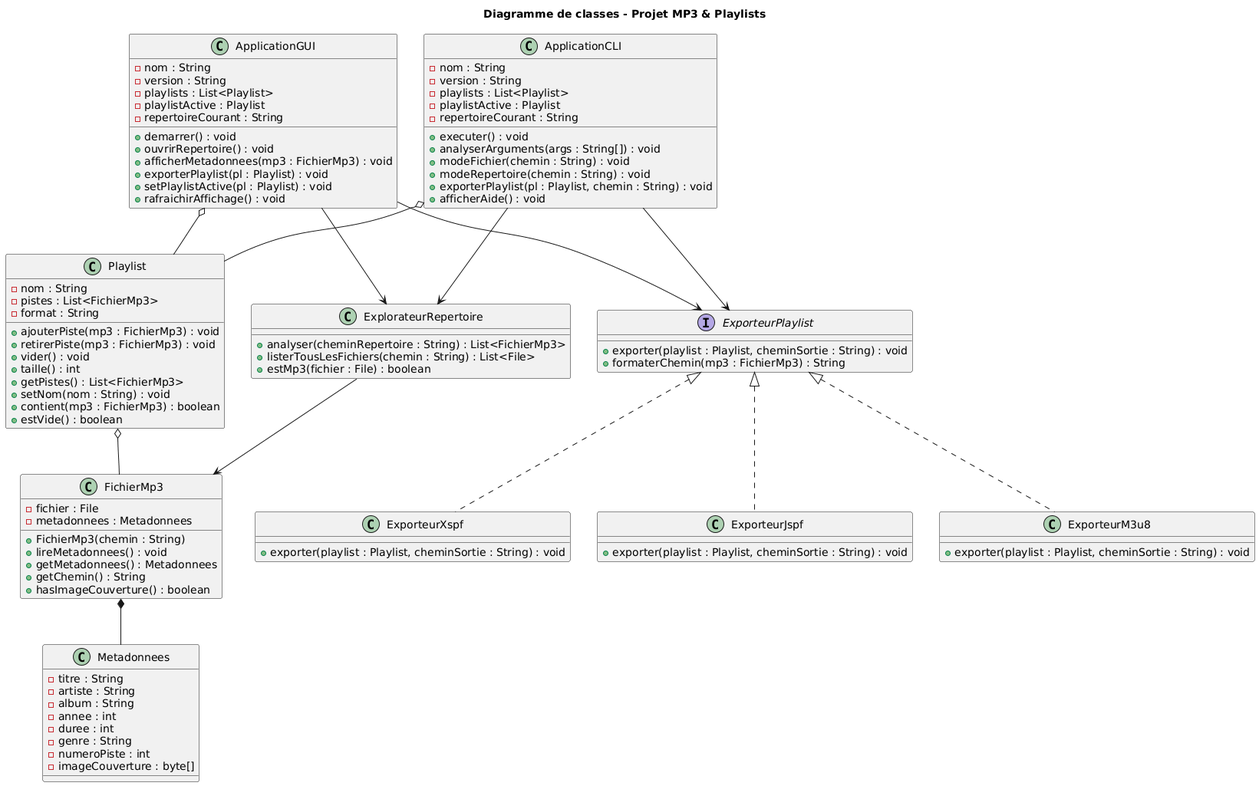
Before: diagramme/diagramme_de_classes.png, a diagram exported from PlantUML (berrandou-dev/MetaTune).
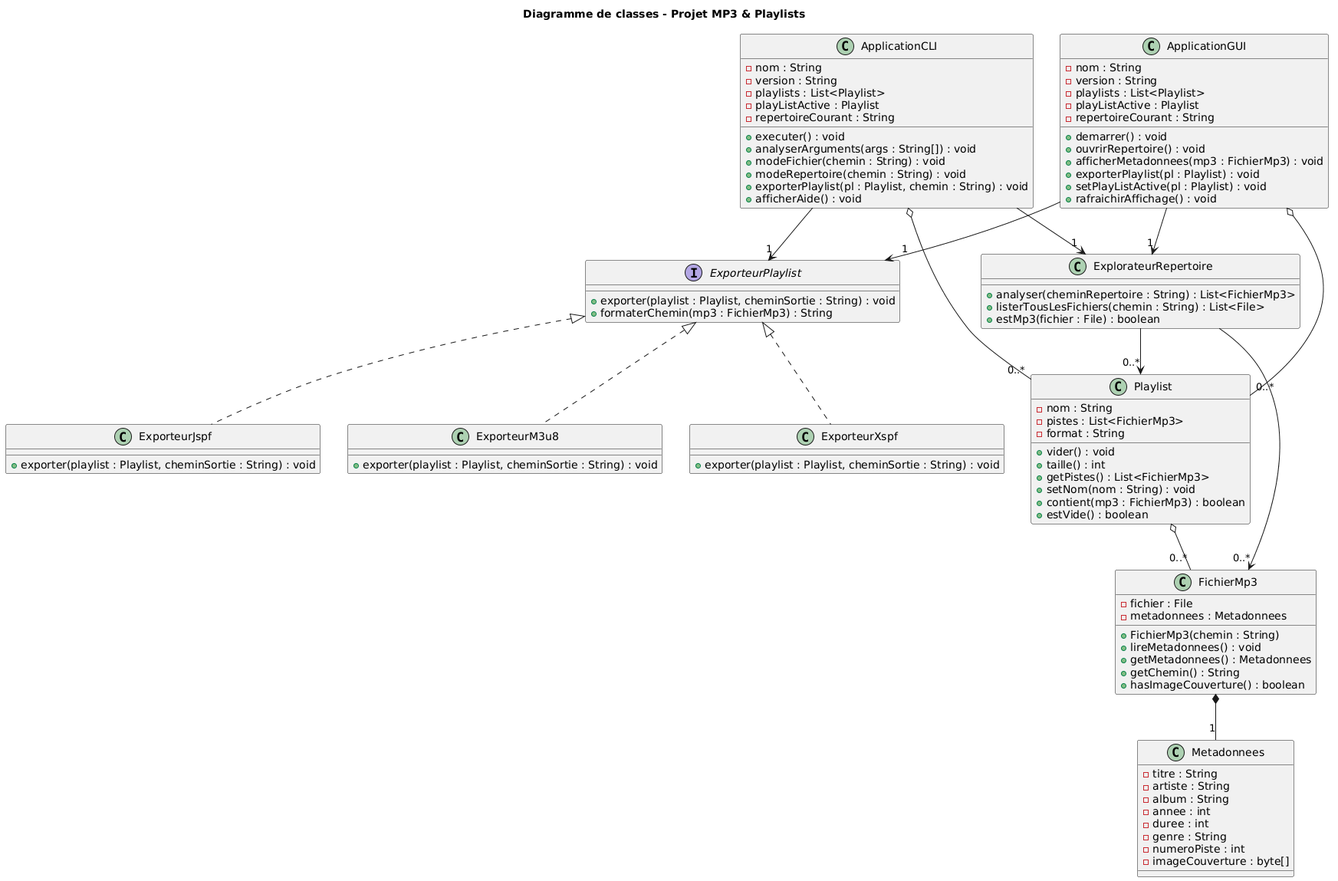
Above is the later version.

Commit message:
Mise a jour diagramme de classe

Diff of the diagram source:
```diff
@@ -3,106 +3,108 @@
 
 
 class ApplicationGUI {
-    - nom : String
-    - version : String
-    - playlists : List<Playlist>
-    - playlistActive : Playlist
-    - repertoireCourant : String
-    +demarrer() : void
-    +ouvrirRepertoire() : void
-    +afficherMetadonnees(mp3 : FichierMp3) : void
-    +exporterPlaylist(pl : Playlist) : void
-    +setPlaylistActive(pl : Playlist) : void
-    +rafraichirAffichage() : void
+  - nom : String
+  - version : String
+  - playlists : List<Playlist>
+  - playListActive : Playlist
+  - repertoireCourant : String
+
+  + demarrer() : void
+  + ouvrirRepertoire() : void
+  + afficherMetadonnees(mp3 : FichierMp3) : void
+  + exporterPlaylist(pl : Playlist) : void
+  + setPlayListActive(pl : Playlist) : void
+  + rafraichirAffichage() : void
 }
 
 class ApplicationCLI {
-    - nom : String
-    - version : String
-    - playlists : List<Playlist>
-    - playlistActive : Playlist
-    - repertoireCourant : String
-    +executer() : void
-    +analyserArguments(args : String[]) : void
-    +modeFichier(chemin : String) : void
-    +modeRepertoire(chemin : String) : void
-    +exporterPlaylist(pl : Playlist, chemin : String) : void
-    +afficherAide() : void
+  - nom : String
+  - version : String
+  - playlists : List<Playlist>
+  - playListActive : Playlist
+  - repertoireCourant : String
+
+  + executer() : void
+  + analyserArguments(args : String[]) : void
+  + modeFichier(chemin : String) : void
+  + modeRepertoire(chemin : String) : void
+  + exporterPlaylist(pl : Playlist, chemin : String) : void
+  + afficherAide() : void
+}
+
+class Playlist {
+  - nom : String
+  - pistes : List<FichierMp3>
+  - format : String
+
+  + vider() : void
+  + taille() : int
+  + getPistes() : List<FichierMp3>
+  + setNom(nom : String) : void
+  + contient(mp3 : FichierMp3) : boolean
+  + estVide() : boolean
+}
+
+class FichierMp3 {
+  - fichier : File
+  - metadonnees : Metadonnees
+
+  + FichierMp3(chemin : String)
+  + lireMetadonnees() : void
+  + getMetadonnees() : Metadonnees
+  + getChemin() : String
+  + hasImageCouverture() : boolean
+}
+
+class Metadonnees {
+  - titre : String
+  - artiste : String
+  - album : String
+  - annee : int
+  - duree : int
+  - genre : String
+  - numeroPiste : int
+  - imageCouverture : byte[]
 }
 
 class ExplorateurRepertoire {
-    +analyser(cheminRepertoire : String) : List<FichierMp3>
-    +listerTousLesFichiers(chemin : String) : List<File>
-    +estMp3(fichier : File) : boolean
+  + analyser(cheminRepertoire : String) : List<FichierMp3>
+  + listerTousLesFichiers(chemin : String) : List<File>
+  + estMp3(fichier : File) : boolean
 }
 
-class FichierMp3 {
-    -fichier : File
-    -metadonnees : Metadonnees
-    +FichierMp3(chemin : String)
-    +lireMetadonnees() : void
-    +getMetadonnees() : Metadonnees
-    +getChemin() : String
-    +hasImageCouverture() : boolean
+interface ExporteurPlaylist {
+  + exporter(playlist : Playlist, cheminSortie : String) : void
+  + formaterChemin(mp3 : FichierMp3) : String
 }
 
-class Metadonnees {
-    -titre : String
-    -artiste : String
-    -album : String
-    -annee : int
-    -duree : int
-    -genre : String
-    -numeroPiste : int
-    -imageCouverture : byte[]
+class ExporteurXspf {
+  + exporter(playlist : Playlist, cheminSortie : String) : void
 }
 
-class Playlist {
-    -nom : String
-    -pistes : List<FichierMp3>
-    -format : String
-    +ajouterPiste(mp3 : FichierMp3) : void
-    +retirerPiste(mp3 : FichierMp3) : void
-    +vider() : void
-    +taille() : int
-    +getPistes() : List<FichierMp3>
-    +setNom(nom : String) : void
-    +contient(mp3 : FichierMp3) : boolean
-    +estVide() : boolean
+class ExporteurJspf {
+  + exporter(playlist : Playlist, cheminSortie : String) : void
+}
+
+class ExporteurM3u8 {
+  + exporter(playlist : Playlist, cheminSortie : String) : void
 }
 
 
-interface ExporteurPlaylist {
-    +exporter(playlist : Playlist, cheminSortie : String) : void
-    +formaterChemin(mp3 : FichierMp3) : String
-}
+ApplicationGUI --> "1" ExplorateurRepertoire
+ApplicationGUI o-- "0..*" Playlist
+ApplicationGUI --> "1" ExporteurPlaylist
 
-class ExporteurXspf {
-    +exporter(playlist : Playlist, cheminSortie : String) : void
-}
+ApplicationCLI --> "1" ExplorateurRepertoire
+ApplicationCLI o-- "0..*" Playlist
+ApplicationCLI --> "1" ExporteurPlaylist
 
-class ExporteurJspf {
-    +exporter(playlist : Playlist, cheminSortie : String) : void
-}
+ExplorateurRepertoire --> "0..*" FichierMp3
+ExplorateurRepertoire --> "0..*" Playlist
 
-class ExporteurM3u8 {
-    +exporter(playlist : Playlist, cheminSortie : String) : void
-}
+FichierMp3 *-- "1" Metadonnees
 
-
-ApplicationGUI --> ExplorateurRepertoire
-ApplicationGUI o-- Playlist
-ApplicationGUI --> ExporteurPlaylist
-
-ApplicationCLI --> ExplorateurRepertoire
-ApplicationCLI o-- Playlist
-ApplicationCLI --> ExporteurPlaylist
-
-ExplorateurRepertoire --> FichierMp3
-
-FichierMp3 *-- Metadonnees
-
-Playlist o-- FichierMp3
+Playlist o-- "0..*" FichierMp3
 
 ExporteurPlaylist <|.. ExporteurXspf
 ExporteurPlaylist <|.. ExporteurJspf
```
